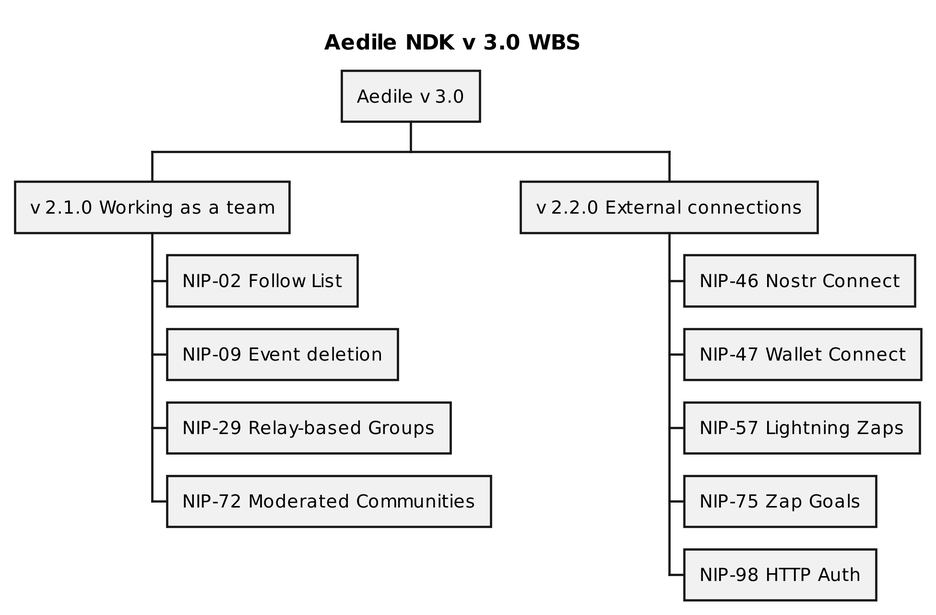
Above: plantUML/Aedile/Aedile_v3.png in ShadowySupercode/gitcitadel (PlantUML), before the change. Source of this version:
```plantuml
@startwbs Aedile_v3.0_WBS

skinparam dpi 300
title Aedile NDK v 3.0 WBS

* Aedile v 3.0

** v 2.1.0 Working as a team
*** NIP-02 Follow List
*** NIP-09 Event deletion
*** NIP-29 Relay-based Groups
*** NIP-72 Moderated Communities

** v 2.2.0 External connections
*** NIP-46 Nostr Connect
*** NIP-47 Wallet Connect
*** NIP-57 Lightning Zaps
*** NIP-75 Zap Goals
*** NIP-98 HTTP Auth

@endwbs
```
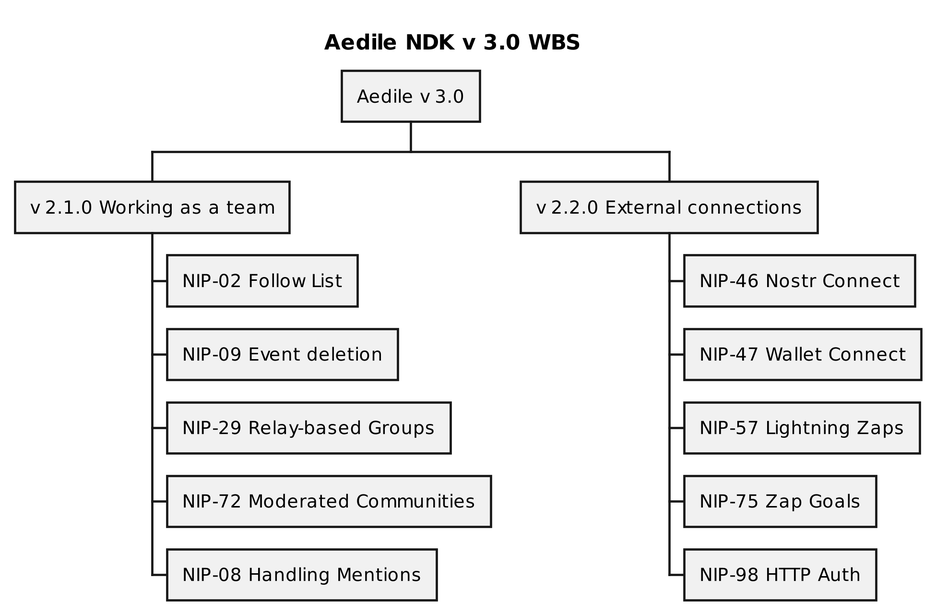
Later version of the same file.

What changed in the source:
```diff
@@ -10,6 +10,7 @@
 *** NIP-09 Event deletion
 *** NIP-29 Relay-based Groups
 *** NIP-72 Moderated Communities
+*** NIP-08 Handling Mentions
 
 ** v 2.2.0 External connections
 *** NIP-46 Nostr Connect
```
